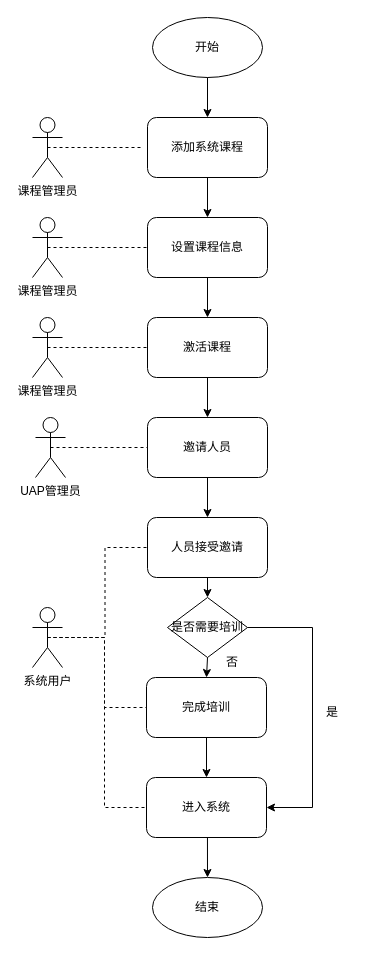
Before: DrawIO/在线培训.drawio in religou/religou, a draw.io diagram. Source tidied: cells renumbered, new cells numbered last; positions are measured from the earlier drawing's top-left corner, leaving out a move shared by most shapes. Both pictures are drawn from the tidied source at 100%, with x=0, y=0 at pixel (32, 17).
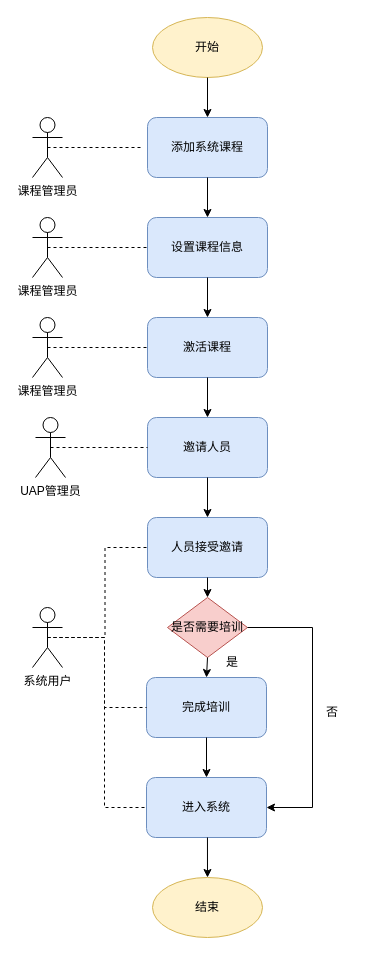
Above is the later version.

Commit message:
更新在线培训.drawio

Change to the diagram source:
```diff
@@
-    <mxCell id="2" value="开始" style="ellipse;whiteSpace=wrap;html=1;" parent="1" vertex="1">
+    <mxCell id="2" value="开始" style="ellipse;whiteSpace=wrap;html=1;fillColor=#fff2cc;strokeColor=#d6b656;" parent="1" vertex="1">
       <mxGeometry x="120" width="110" height="60" as="geometry" />
     </mxCell>
-    <mxCell id="3" value="添加系统课程" style="rounded=1;whiteSpace=wrap;html=1;" parent="1" vertex="1">
+    <mxCell id="3" value="添加系统课程" style="rounded=1;whiteSpace=wrap;html=1;fillColor=#dae8fc;strokeColor=#6c8ebf;" parent="1" vertex="1">
       <mxGeometry x="115" y="100" width="120" height="60" as="geometry" />
     </mxCell>
-    <mxCell id="4" value="设置课程信息" style="rounded=1;whiteSpace=wrap;html=1;" parent="1" vertex="1">
+    <mxCell id="4" value="设置课程信息" style="rounded=1;whiteSpace=wrap;html=1;fillColor=#dae8fc;strokeColor=#6c8ebf;" parent="1" vertex="1">
       <mxGeometry x="115" y="200" width="120" height="60" as="geometry" />
     </mxCell>
-    <mxCell id="5" value="激活课程" style="rounded=1;whiteSpace=wrap;html=1;" parent="1" vertex="1">
+    <mxCell id="5" value="激活课程" style="rounded=1;whiteSpace=wrap;html=1;fillColor=#dae8fc;strokeColor=#6c8ebf;" parent="1" vertex="1">
       <mxGeometry x="115" y="300" width="120" height="60" as="geometry" />
     </mxCell>
-    <mxCell id="6" value="邀请人员" style="rounded=1;whiteSpace=wrap;html=1;" parent="1" vertex="1">
+    <mxCell id="6" value="邀请人员" style="rounded=1;whiteSpace=wrap;html=1;fillColor=#dae8fc;strokeColor=#6c8ebf;" parent="1" vertex="1">
       <mxGeometry x="115" y="400" width="120" height="60" as="geometry" />
     </mxCell>
-    <mxCell id="7" value="人员接受邀请" style="rounded=1;whiteSpace=wrap;html=1;" parent="1" vertex="1">
+    <mxCell id="7" value="人员接受邀请" style="rounded=1;whiteSpace=wrap;html=1;fillColor=#dae8fc;strokeColor=#6c8ebf;" parent="1" vertex="1">
       <mxGeometry x="115" y="500" width="120" height="60" as="geometry" />
     </mxCell>
-    <mxCell id="8" value="是否需要培训" style="rhombus;whiteSpace=wrap;html=1;" parent="1" vertex="1">
+    <mxCell id="8" value="是否需要培训" style="rhombus;whiteSpace=wrap;html=1;fillColor=#f8cecc;strokeColor=#b85450;" parent="1" vertex="1">
       <mxGeometry x="135" y="580" width="80" height="60" as="geometry" />
     </mxCell>
-    <mxCell id="9" value="完成培训" style="rounded=1;whiteSpace=wrap;html=1;" parent="1" vertex="1">
+    <mxCell id="9" value="完成培训" style="rounded=1;whiteSpace=wrap;html=1;fillColor=#dae8fc;strokeColor=#6c8ebf;" parent="1" vertex="1">
       <mxGeometry x="114" y="660" width="120" height="60" as="geometry" />
     </mxCell>
-    <mxCell id="10" value="进入系统" style="rounded=1;whiteSpace=wrap;html=1;" parent="1" vertex="1">
+    <mxCell id="10" value="进入系统" style="rounded=1;whiteSpace=wrap;html=1;fillColor=#dae8fc;strokeColor=#6c8ebf;" parent="1" vertex="1">
       <mxGeometry x="114" y="760" width="120" height="60" as="geometry" />
     </mxCell>
-    <mxCell id="11" value="结束" style="ellipse;whiteSpace=wrap;html=1;" parent="1" vertex="1">
+    <mxCell id="11" value="结束" style="ellipse;whiteSpace=wrap;html=1;fillColor=#fff2cc;strokeColor=#d6b656;" parent="1" vertex="1">
       <mxGeometry x="120" y="860" width="110" height="60" as="geometry" />
     </mxCell>
@@
-    <mxCell id="13" value="是" style="text;html=1;align=center;verticalAlign=middle;whiteSpace=wrap;rounded=0;" parent="1" vertex="1">
+    <mxCell id="13" value="否" style="text;html=1;align=center;verticalAlign=middle;whiteSpace=wrap;rounded=0;" parent="1" vertex="1">
       <mxGeometry x="270" y="680" width="60" height="30" as="geometry" />
     </mxCell>
@@
-    <mxCell id="23" value="否" style="text;html=1;align=center;verticalAlign=middle;whiteSpace=wrap;rounded=0;" parent="1" vertex="1">
+    <mxCell id="23" value="是" style="text;html=1;align=center;verticalAlign=middle;whiteSpace=wrap;rounded=0;" parent="1" vertex="1">
       <mxGeometry x="170" y="630" width="60" height="30" as="geometry" />
     </mxCell>
```
